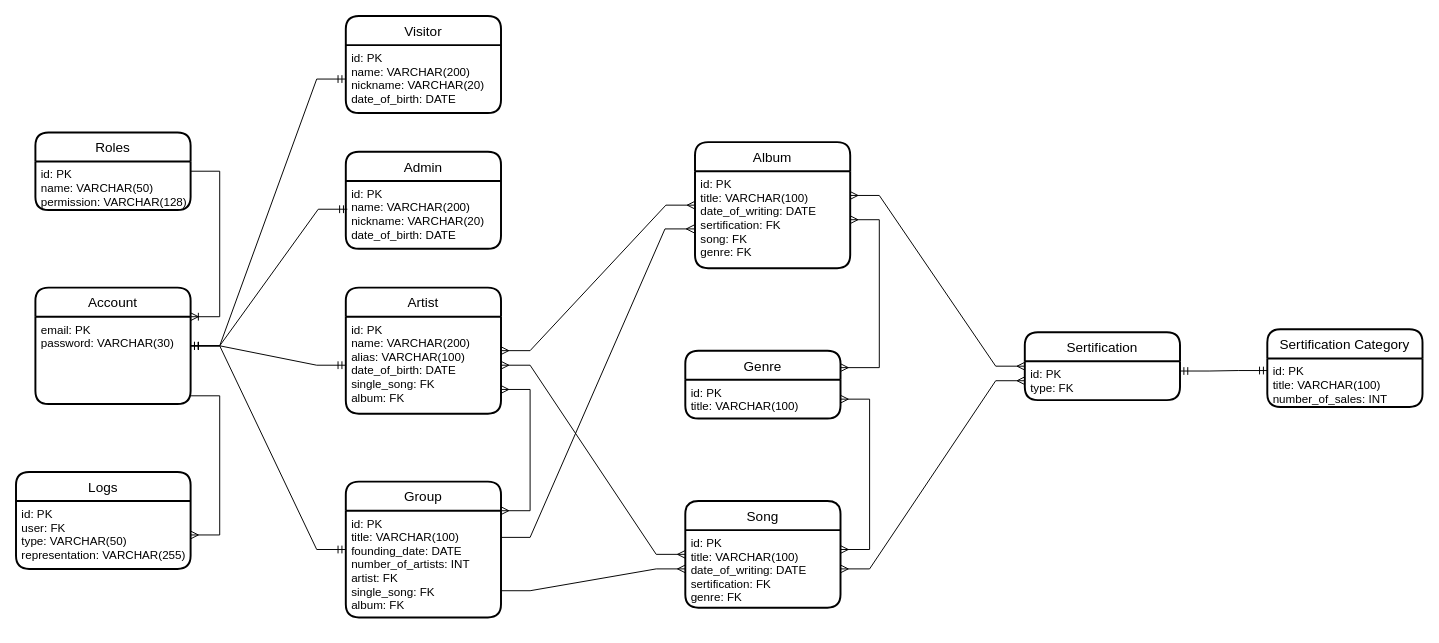
Above: SchemeDB.drawio in whiteicq/DB-Labs-2022 (draw.io), before the change. Source tidied: cells renumbered, new cells numbered last; positions are measured from the earlier drawing's top-left corner, leaving out a move shared by most shapes. Both pictures are drawn from the tidied source at 97%, with x=0, y=0 at pixel (16, 16).
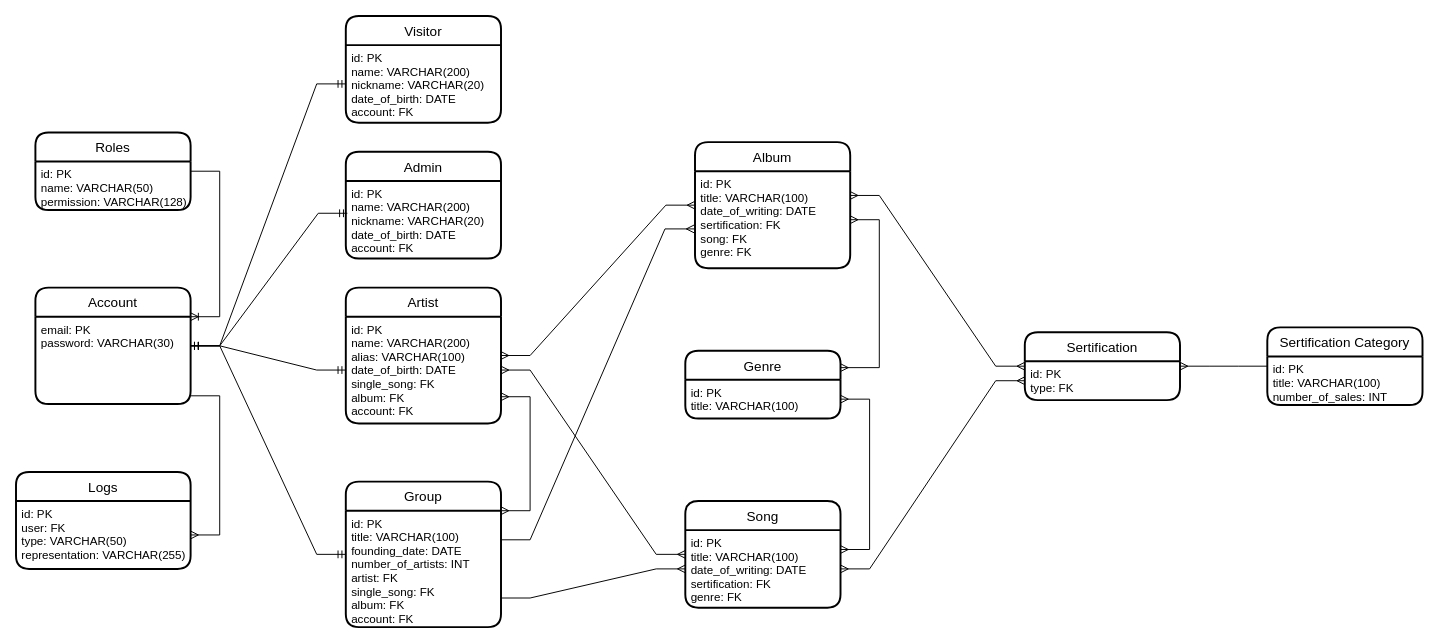
After the change.

Commit message (it also covers changes not shown here):
Add FK to Account for live-entities

The change refers to these unchanged cells:
```xml
<mxCell id="16" value="Sertification" style="swimlane;horizontal=1;startSize=30;rounded=1;fontSize=14;fontStyle=0;strokeWidth=2;shadow=0;dashed=0;align=center;" parent="1" vertex="1">
  <mxGeometry x="1040" y="326" width="160" height="70" as="geometry" />
</mxCell>
<mxCell id="17" value="id: PK&#10;type: FK" style="align=left;strokeColor=none;fillColor=none;spacingLeft=4;fontSize=12;verticalAlign=top;" parent="16" vertex="1">
  <mxGeometry y="30" width="160" height="40" as="geometry" />
</mxCell>
<mxCell id="19" value="id: PK&#10;title: VARCHAR(100)&#10;number_of_sales: INT" style="align=left;strokeColor=none;fillColor=none;spacingLeft=4;fontSize=12;verticalAlign=top;" parent="18" vertex="1">
  <mxGeometry y="30" width="160" height="50" as="geometry" />
</mxCell>
```

Diff of the diagram source:
```diff
@@
     <mxCell id="2" value="Visitor" style="swimlane;horizontal=1;startSize=30;rounded=1;fontSize=14;fontStyle=0;strokeWidth=2;shadow=0;dashed=0;align=center;" parent="1" vertex="1">
-      <mxGeometry x="340" width="160" height="100" as="geometry" />
+      <mxGeometry x="340" width="160" height="110" as="geometry" />
     </mxCell>
-    <mxCell id="3" value="id: PK&#10;name: VARCHAR(200)&#10;nickname: VARCHAR(20)&#10;date_of_birth: DATE" style="align=left;strokeColor=none;fillColor=none;spacingLeft=4;fontSize=12;verticalAlign=top;" parent="2" vertex="1">
-      <mxGeometry y="30" width="160" height="70" as="geometry" />
+    <mxCell id="3" value="id: PK&#10;name: VARCHAR(200)&#10;nickname: VARCHAR(20)&#10;date_of_birth: DATE&#10;account: FK" style="align=left;strokeColor=none;fillColor=none;spacingLeft=4;fontSize=12;verticalAlign=top;" parent="2" vertex="1">
+      <mxGeometry y="30" width="160" height="80" as="geometry" />
     </mxCell>
     <mxCell id="4" value="Artist" style="swimlane;horizontal=1;startSize=30;rounded=1;fontSize=14;fontStyle=0;strokeWidth=2;shadow=0;dashed=0;align=center;" parent="1" vertex="1">
-      <mxGeometry x="340" y="280" width="160" height="130" as="geometry" />
+      <mxGeometry x="340" y="280" width="160" height="140" as="geometry" />
     </mxCell>
-    <mxCell id="5" value="id: PK&#10;name: VARCHAR(200)&#10;alias: VARCHAR(100)&#10;date_of_birth: DATE&#10;single_song: FK&#10;album: FK" style="align=left;strokeColor=none;fillColor=none;spacingLeft=4;fontSize=12;verticalAlign=top;" parent="4" vertex="1">
-      <mxGeometry y="30" width="160" height="100" as="geometry" />
+    <mxCell id="5" value="id: PK&#10;name: VARCHAR(200)&#10;alias: VARCHAR(100)&#10;date_of_birth: DATE&#10;single_song: FK&#10;album: FK&#10;account: FK" style="align=left;strokeColor=none;fillColor=none;spacingLeft=4;fontSize=12;verticalAlign=top;" parent="4" vertex="1">
+      <mxGeometry y="30" width="160" height="110" as="geometry" />
     </mxCell>
     <mxCell id="6" value="Group" style="swimlane;horizontal=1;startSize=30;rounded=1;fontSize=14;fontStyle=0;strokeWidth=2;shadow=0;dashed=0;align=center;" parent="1" vertex="1">
-      <mxGeometry x="340" y="480" width="160" height="140" as="geometry" />
+      <mxGeometry x="340" y="480" width="160" height="150" as="geometry" />
     </mxCell>
-    <mxCell id="7" value="id: PK&#10;title: VARCHAR(100)&#10;founding_date: DATE&#10;number_of_artists: INT&#10;artist: FK&#10;single_song: FK&#10;album: FK&#10;" style="align=left;strokeColor=none;fillColor=none;spacingLeft=4;fontSize=12;verticalAlign=top;" parent="6" vertex="1">
-      <mxGeometry y="30" width="160" height="110" as="geometry" />
+    <mxCell id="7" value="id: PK&#10;title: VARCHAR(100)&#10;founding_date: DATE&#10;number_of_artists: INT&#10;artist: FK&#10;single_song: FK&#10;album: FK&#10;account: FK&#10;" style="align=left;strokeColor=none;fillColor=none;spacingLeft=4;fontSize=12;verticalAlign=top;" parent="6" vertex="1">
+      <mxGeometry y="30" width="160" height="120" as="geometry" />
     </mxCell>
     <mxCell id="8" value="Admin" style="swimlane;horizontal=1;startSize=30;rounded=1;fontSize=14;fontStyle=0;strokeWidth=2;shadow=0;dashed=0;align=center;" parent="1" vertex="1">
-      <mxGeometry x="340" y="140" width="160" height="100" as="geometry" />
+      <mxGeometry x="340" y="140" width="160" height="110" as="geometry" />
     </mxCell>
-    <mxCell id="9" value="id: PK&#10;name: VARCHAR(200)&#10;nickname: VARCHAR(20)&#10;date_of_birth: DATE&#10;" style="align=left;strokeColor=none;fillColor=none;spacingLeft=4;fontSize=12;verticalAlign=top;" parent="8" vertex="1">
-      <mxGeometry y="30" width="160" height="70" as="geometry" />
+    <mxCell id="9" value="id: PK&#10;name: VARCHAR(200)&#10;nickname: VARCHAR(20)&#10;date_of_birth: DATE&#10;account: FK&#10;" style="align=left;strokeColor=none;fillColor=none;spacingLeft=4;fontSize=12;verticalAlign=top;" parent="8" vertex="1">
+      <mxGeometry y="30" width="160" height="80" as="geometry" />
     </mxCell>
@@
     <mxCell id="18" value="Sertification Category" style="swimlane;horizontal=1;startSize=30;rounded=1;fontSize=14;fontStyle=0;strokeWidth=2;shadow=0;dashed=0;align=center;" parent="1" vertex="1">
-      <mxGeometry x="1290" y="323" width="160" height="80" as="geometry" />
+      <mxGeometry x="1290" y="321" width="160" height="80" as="geometry" />
     </mxCell>
@@
-    <mxCell id="28" style="edgeStyle=entityRelationEdgeStyle;fontSize=12;html=1;endArrow=ERmandOne;startArrow=ERmandOne;rounded=0;entryX=0;entryY=0.25;entryDx=0;entryDy=0;exitX=1;exitY=0.25;exitDx=0;exitDy=0;" parent="1" edge="1" source="17" target="19">
-      <mxGeometry relative="1" as="geometry" />
-    </mxCell>
@@
+    <mxCell id="42" style="edgeStyle=entityRelationEdgeStyle;fontSize=12;html=1;endArrow=ERmany;rounded=0;" parent="1" edge="1" source="18" target="16">
+      <mxGeometry relative="1" as="geometry" />
+    </mxCell>
```
